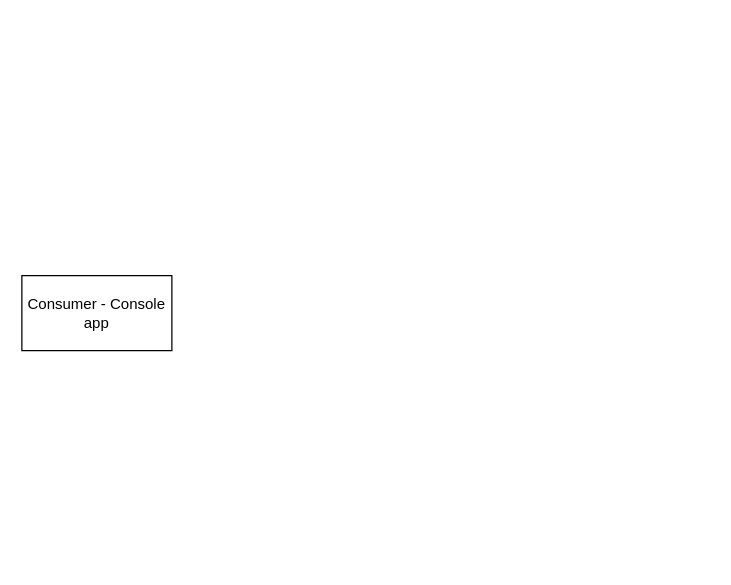
Before: page "Consumer" (2 of 3) of Untitled Diagram.drawio in LalgyThomas/GITPR, a draw.io diagram. Source tidied: cells renumbered, new cells numbered last; positions are measured from the earlier drawing's top-left corner, leaving out a move shared by most shapes. Both pictures are drawn from the tidied source at 125%, with x=0, y=0 at pixel (21, 275).
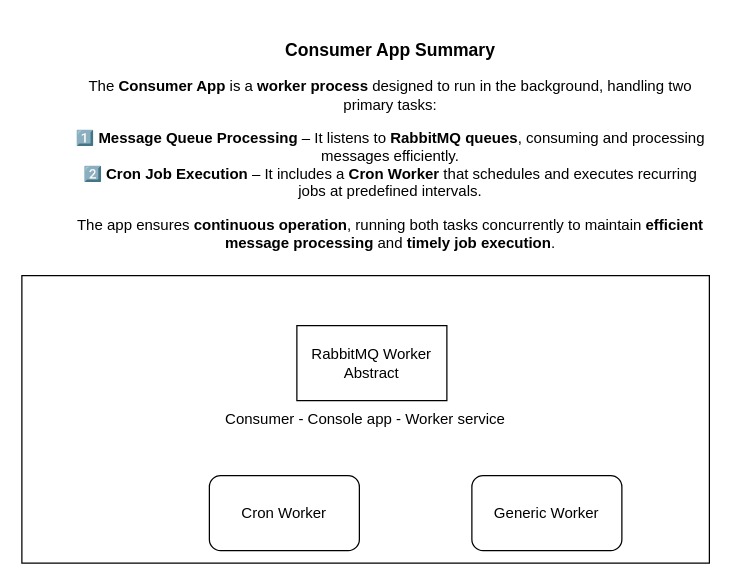
The same page after the edit.

What changed in the source:
```diff
@@
 <mxGraphModel>
   <root>
     <mxCell id="0" />
     <mxCell id="1" parent="0" />
-    <mxCell id="2" value="Consumer - Console app" style="whiteSpace=wrap;html=1;" parent="1" vertex="1">
-      <mxGeometry width="120" height="60" as="geometry" />
+    <mxCell id="2" value="Consumer - Console app - Worker service" style="whiteSpace=wrap;html=1;" parent="1" vertex="1">
+      <mxGeometry width="550" height="230" as="geometry" />
     </mxCell>
+    <mxCell id="3" value="RabbitMQ Worker Abstract" style="rounded=0;whiteSpace=wrap;html=1;" parent="1" vertex="1">
+      <mxGeometry x="220" y="40" width="120" height="60" as="geometry" />
+    </mxCell>
+    <mxCell id="4" value="Cron Worker" style="rounded=1;whiteSpace=wrap;html=1;" parent="1" vertex="1">
+      <mxGeometry x="150" y="160" width="120" height="60" as="geometry" />
+    </mxCell>
+    <mxCell id="5" value="Generic Worker" style="rounded=1;whiteSpace=wrap;html=1;" parent="1" vertex="1">
+      <mxGeometry x="360" y="160" width="120" height="60" as="geometry" />
+    </mxCell>
+    <mxCell id="6" value="&lt;h3&gt;&lt;strong&gt;Consumer App Summary&lt;/strong&gt;&lt;/h3&gt;&lt;p&gt;The &lt;strong&gt;Consumer App&lt;/strong&gt; is a &lt;strong&gt;worker process&lt;/strong&gt; designed to run in the background, handling two primary tasks:&lt;/p&gt;&lt;p&gt;1️⃣ &lt;strong&gt;Message Queue Processing&lt;/strong&gt; – It listens to &lt;strong&gt;RabbitMQ queues&lt;/strong&gt;, consuming and processing messages efficiently.&lt;br&gt;2️⃣ &lt;strong&gt;Cron Job Execution&lt;/strong&gt; – It includes a &lt;strong&gt;Cron Worker&lt;/strong&gt; that schedules and executes recurring jobs at predefined intervals.&lt;/p&gt;&lt;p&gt;The app ensures &lt;strong&gt;continuous operation&lt;/strong&gt;, running both tasks concurrently to maintain &lt;strong&gt;efficient message processing&lt;/strong&gt; and &lt;strong&gt;timely job execution&lt;/strong&gt;.&lt;/p&gt;" style="text;html=1;align=center;verticalAlign=middle;whiteSpace=wrap;rounded=0;" parent="1" vertex="1">
+      <mxGeometry x="40" y="-130" width="510" height="50" as="geometry" />
+    </mxCell>
   </root>
 </mxGraphModel>
```
